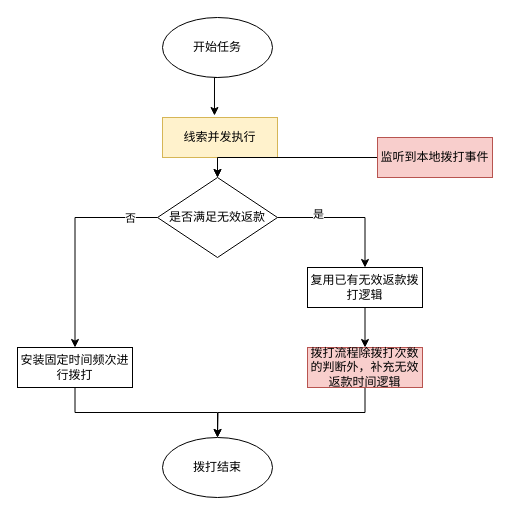
zhaoxiangchun/myMarkdownImg keeps this draw.io diagram as page "第 5 页" (5 of 5) of 线索落潜.drawio. Above is the earlier version. Source tidied: cells renumbered, new cells numbered last; positions are measured from the earlier drawing's top-left corner, leaving out a move shared by most shapes. Both pictures are drawn from the tidied source at 100%, with x=0, y=0 at pixel (17, 17).
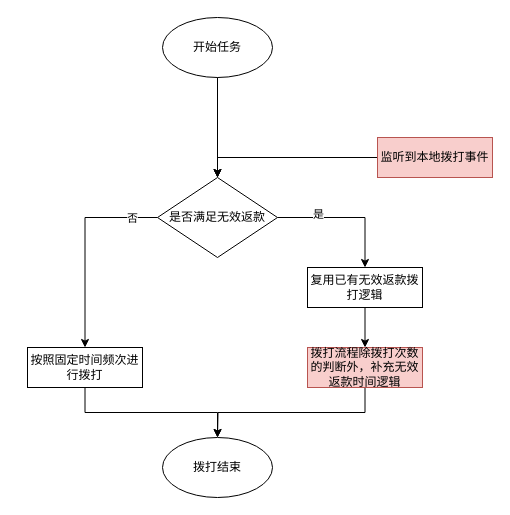
The same diagram, later.

Unchanged cells that the change refers to:
```xml
<mxCell id="2" value="开始任务" style="ellipse;whiteSpace=wrap;html=1;" parent="1" vertex="1">
  <mxGeometry x="145" width="110" height="60" as="geometry" />
</mxCell>
<mxCell id="9" value="是否满足无效返款" style="rhombus;whiteSpace=wrap;html=1;" parent="1" vertex="1">
  <mxGeometry x="140" y="160" width="120" height="80" as="geometry" />
</mxCell>
```

What changed in the source:
```diff
@@
-    <mxCell id="3" style="edgeStyle=orthogonalEdgeStyle;rounded=0;jettySize=auto;html=1;exitX=0.5;exitY=1;exitDx=0;exitDy=0;entryX=0.5;entryY=0;entryDx=0;entryDy=0;" parent="1" edge="1" source="4" target="9">
-      <mxGeometry relative="1" as="geometry" />
+    <mxCell id="3" style="edgeStyle=orthogonalEdgeStyle;rounded=0;jettySize=auto;html=1;exitX=0.5;exitY=1;exitDx=0;exitDy=0;entryX=0.5;entryY=0;entryDx=0;entryDy=0;" parent="1" edge="1" target="9">
+      <mxGeometry relative="1" as="geometry">
+        <mxPoint x="202.5" y="140" as="sourcePoint" />
+      </mxGeometry>
     </mxCell>
-    <mxCell id="4" value="线索并发执行" style="rounded=0;whiteSpace=wrap;html=1;fillColor=#fff2cc;strokeColor=#d6b656;" parent="1" vertex="1">
-      <mxGeometry x="145" y="100" width="115" height="40" as="geometry" />
-    </mxCell>
@@
-    <mxCell id="15" value="安装固定时间频次进行拨打" style="rounded=0;whiteSpace=wrap;html=1;" parent="1" vertex="1">
-      <mxGeometry y="330" width="115" height="40" as="geometry" />
+    <mxCell id="15" value="按照固定时间频次进行拨打" style="rounded=0;whiteSpace=wrap;html=1;" parent="1" vertex="1">
+      <mxGeometry x="10" y="330" width="115" height="40" as="geometry" />
     </mxCell>
@@
-    <mxCell id="17" style="edgeStyle=orthogonalEdgeStyle;rounded=0;jettySize=auto;html=1;exitX=0.5;exitY=1;exitDx=0;exitDy=0;entryX=0.452;entryY=-0.05;entryDx=0;entryDy=0;entryPerimeter=0;" parent="1" edge="1" source="2" target="4">
+    <mxCell id="17" style="edgeStyle=orthogonalEdgeStyle;rounded=0;jettySize=auto;html=1;exitX=0.5;exitY=1;exitDx=0;exitDy=0;entryX=0.5;entryY=0;entryDx=0;entryDy=0;" parent="1" edge="1" source="2" target="9">
       <mxGeometry relative="1" as="geometry" />
     </mxCell>
```
